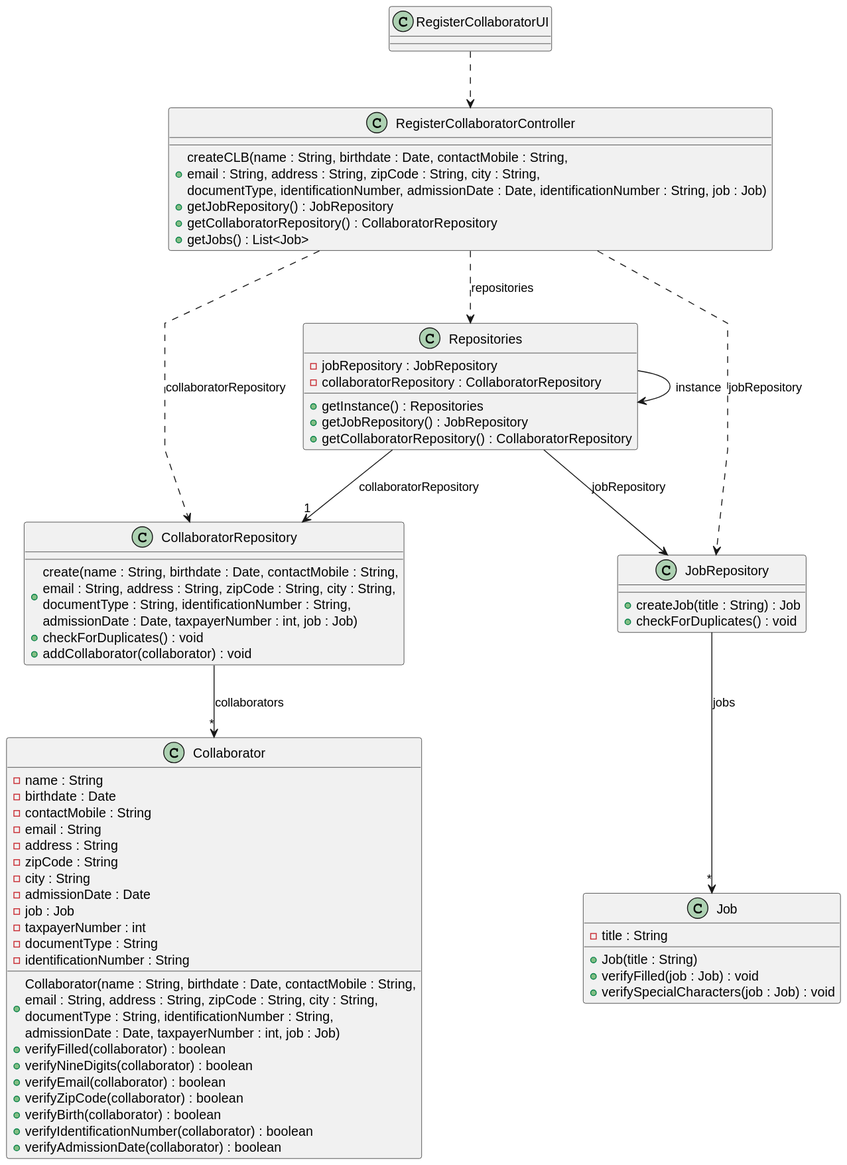
The PlantUML diagram docs/sprintB/us003/03.design/svg/us003-class-diagram.svg in ricardomm7/leaflink, before a commit.
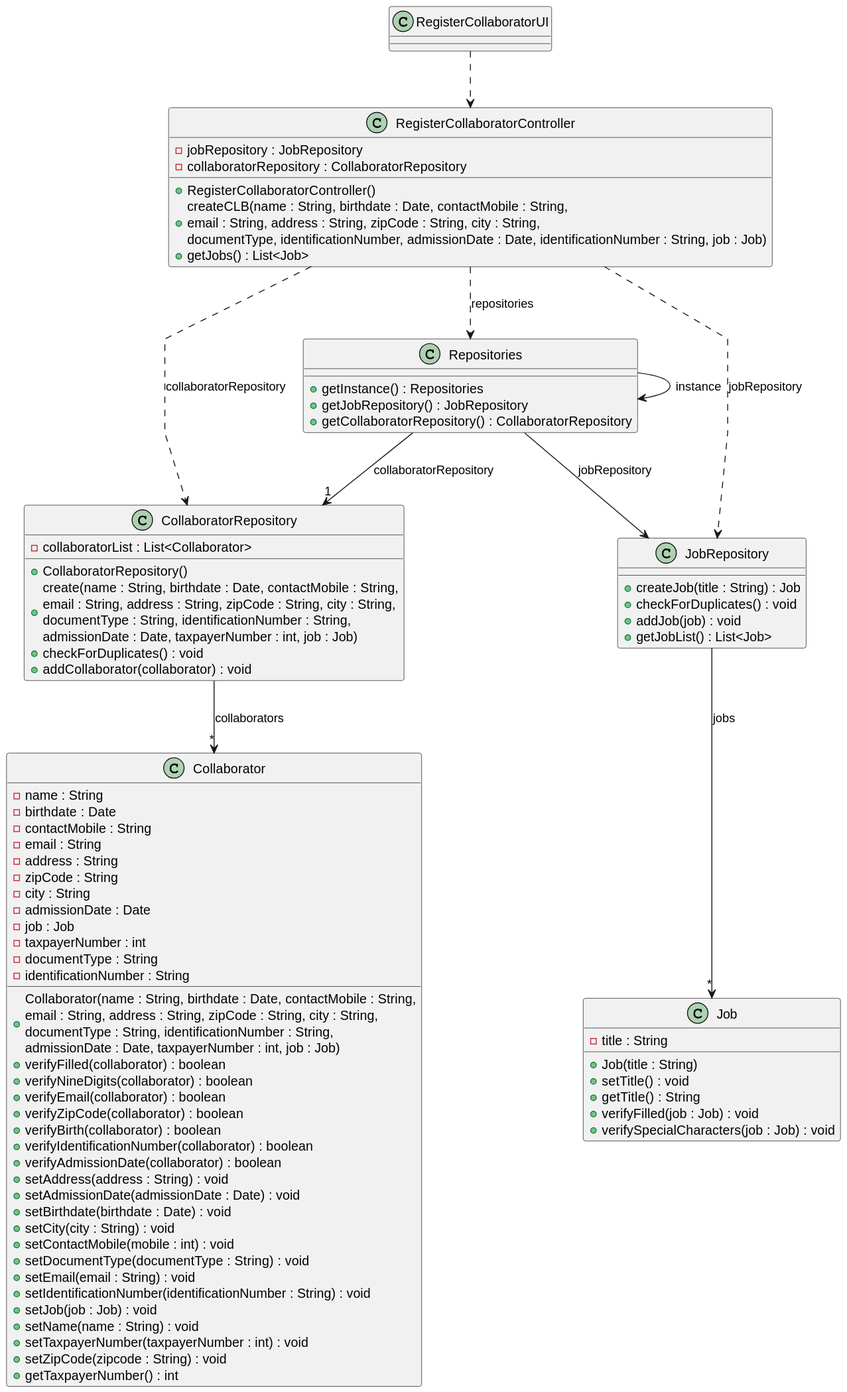
The same file after the commit.

What changed in the source:
```diff
@@ -8,31 +8,32 @@
 }
 
 class RegisterCollaboratorController {
+    -jobRepository : JobRepository
+    -collaboratorRepository : CollaboratorRepository
+    +RegisterCollaboratorController()
     + createCLB(name : String, birthdate : Date, contactMobile : String,\nemail : String, address : String, zipCode : String, city : String,\ndocumentType, identificationNumber, admissionDate : Date, identificationNumber : String, job : Job)
-    + getJobRepository() : JobRepository
-    + getCollaboratorRepository() : CollaboratorRepository
     + getJobs() : List<Job>
 }
 
 class Repositories {
-    -jobRepository : JobRepository
-    -collaboratorRepository : CollaboratorRepository
-
     + getInstance() : Repositories
     +getJobRepository() : JobRepository
     +getCollaboratorRepository() : CollaboratorRepository
 }
 
 class CollaboratorRepository {
+    -collaboratorList : List<Collaborator>
+    +CollaboratorRepository()
     + create(name : String, birthdate : Date, contactMobile : String,\nemail : String, address : String, zipCode : String, city : String,\ndocumentType : String, identificationNumber : String, \nadmissionDate : Date, taxpayerNumber : int, job : Job)
     + checkForDuplicates() : void
     + addCollaborator(collaborator) : void
-
 }
 
 class JobRepository {
     +createJob(title : String) : Job
     +checkForDuplicates() : void
+    +addJob(job) : void
+    +getJobList() : List<Job>
 }
 
 class Collaborator {
@@ -56,11 +57,26 @@
     + verifyAdmissionDate(collaborator) : boolean
     - documentType : String
     - identificationNumber : String
+    +setAddress(address : String) : void
+    +setAdmissionDate(admissionDate : Date) : void
+    +setBirthdate(birthdate : Date) : void
+    +setCity(city : String) : void
+    +setContactMobile(mobile : int) : void
+    +setDocumentType(documentType : String) : void
+    +setEmail(email : String) : void
+    +setIdentificationNumber(identificationNumber : String) : void
+    +setJob(job : Job) : void
+    +setName(name : String) : void
+    +setTaxpayerNumber(taxpayerNumber : int) : void
+    +setZipCode(zipcode : String) : void
+    +getTaxpayerNumber() : int
 }
 
 class Job {
     - title : String
     + Job(title : String)
+    + setTitle() : void
+    + getTitle() : String
     +verifyFilled(job : Job) : void
     +verifySpecialCharacters(job : Job) : void
 }
```
